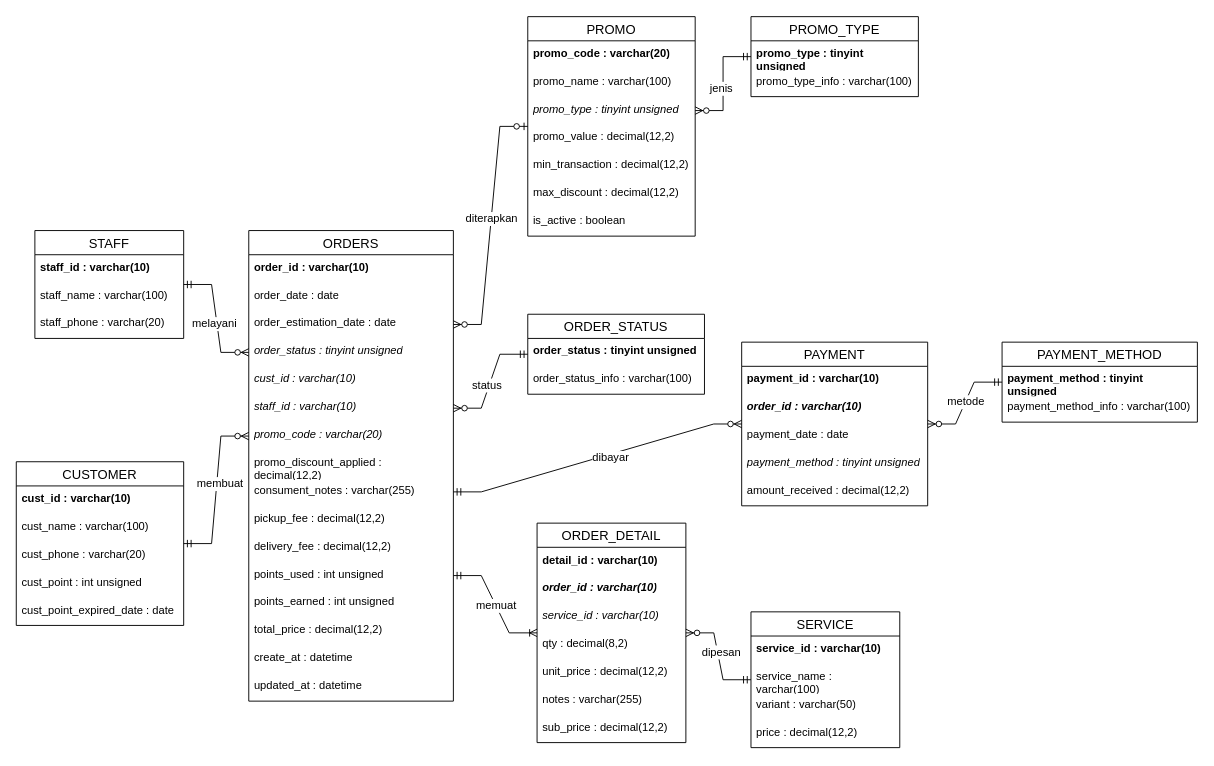
The draw.io diagram docs/erd-fisik.drawio in restumj/laundry-project, before the edit. Source tidied: cells renumbered, new cells numbered last; positions are measured from the earlier drawing's top-left corner, leaving out a move shared by most shapes. Both pictures are drawn from the tidied source at 93%, with x=0, y=0 at pixel (16, 16).
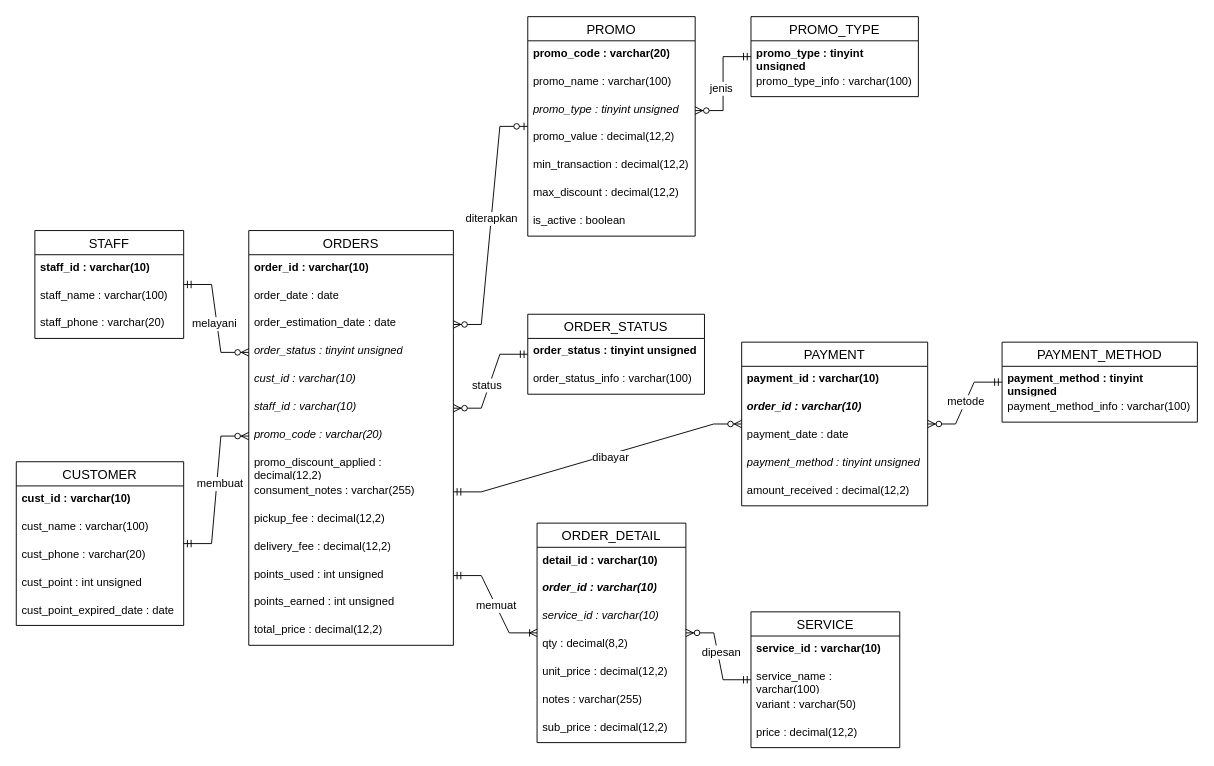
The same diagram, later.

Change to the diagram source:
```diff
@@
     <mxCell id="2" value="ORDERS" style="swimlane;fontStyle=0;horizontal=1;startSize=26;align=center;fontSize=14;" parent="1" vertex="1">
-      <mxGeometry x="250" y="230.4" width="220" height="506" as="geometry" />
+      <mxGeometry x="250" y="230.4" width="220" height="446" as="geometry" />
     </mxCell>
@@
-    <mxCell id="17" value="create_at : datetime" style="text;strokeColor=none;fillColor=none;spacingLeft=4;spacingRight=4;overflow=hidden;fontSize=12;whiteSpace=wrap;html=1;" parent="2" vertex="1">
-      <mxGeometry y="446" width="220" height="30" as="geometry" />
-    </mxCell>
-    <mxCell id="18" value="updated_at : datetime" style="text;strokeColor=none;fillColor=none;spacingLeft=4;spacingRight=4;overflow=hidden;fontSize=12;whiteSpace=wrap;html=1;" parent="2" vertex="1">
-      <mxGeometry y="476" width="220" height="30" as="geometry" />
-    </mxCell>
```
